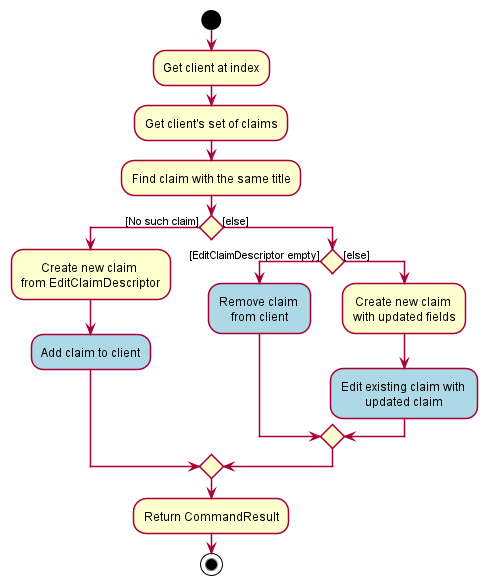
This is docs/images/ClaimCommandExecuteActivityDiagram.png from nus-cs2103-AY2122S1/tp, a PlantUML export, as it was before one commit. Source of this version:
```plantuml
@startuml
!include style.puml
start
:Get client at index;
:Get client's set of claims;
:Find claim with the same title;

skinparam activity {
BackgroundColor<<Highlight>> LightBlue

}

if () then ([No such claim])
    :Create new claim \nfrom EditClaimDescriptor;
    <<Highlight>>:Add claim to client;
else ([else])
    if () then ([EditClaimDescriptor empty])
        <<Highlight>>:Remove claim \nfrom client;
    else ([else])
        :Create new claim \nwith updated fields;
        <<Highlight>>:Edit existing claim with \nupdated claim;
    endif
endif
:Return CommandResult;
stop
@enduml
```
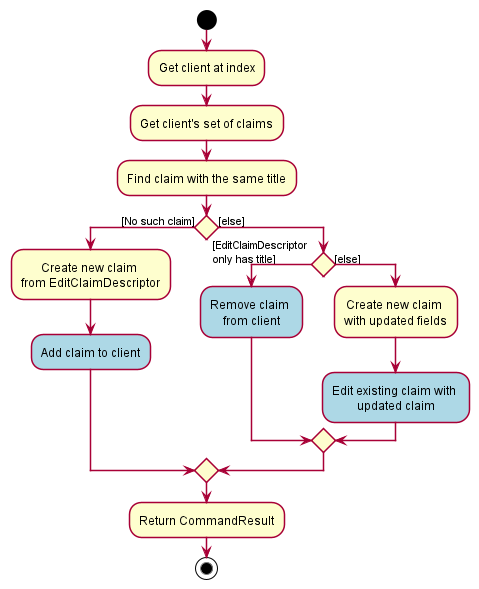
After the commit.

Commit message:
Update DG claims diagram to be more accurate

The edit, as a diff of the source:
```diff
@@ -14,7 +14,7 @@
     :Create new claim \nfrom EditClaimDescriptor;
     <<Highlight>>:Add claim to client;
 else ([else])
-    if () then ([EditClaimDescriptor empty])
+    if () then ([EditClaimDescriptor \nonly has title])
         <<Highlight>>:Remove claim \nfrom client;
     else ([else])
         :Create new claim \nwith updated fields;
```
